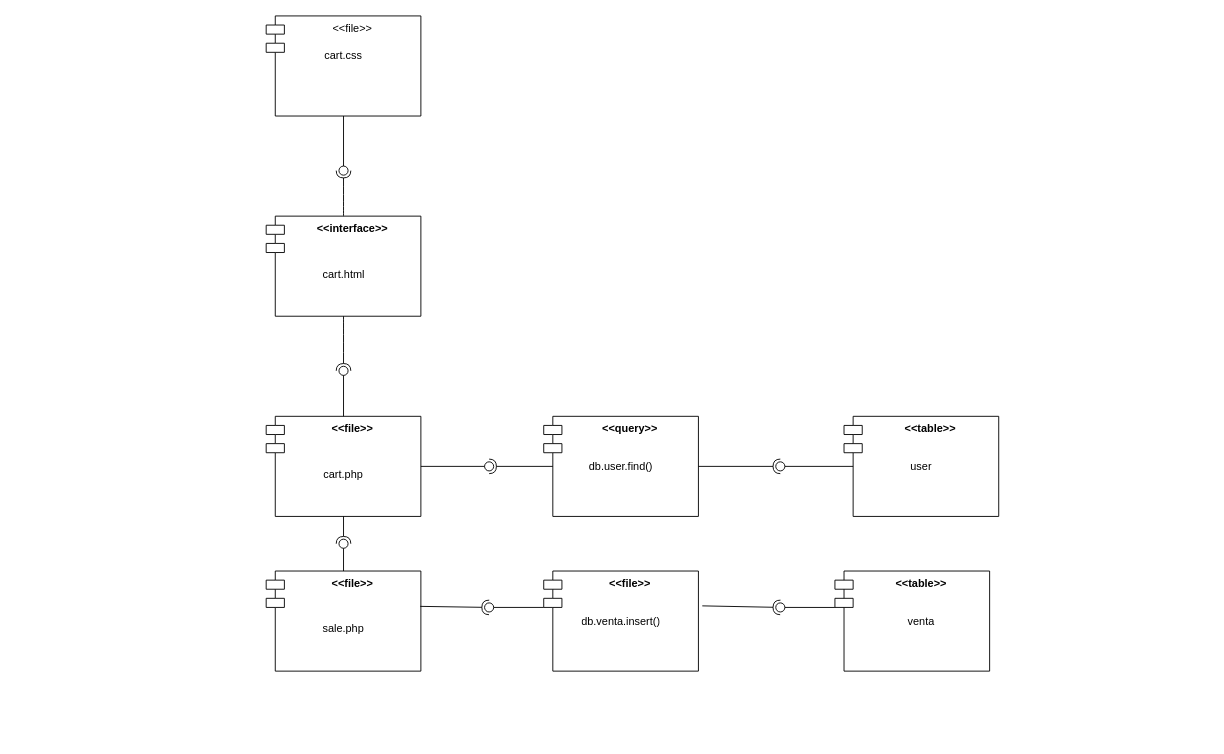
This is Diagramas/DiagramaComponentesCDua.drawio from JorgeADnro/Torres, a draw.io file, before an edit. Source tidied: cells renumbered, new cells numbered last; positions are measured from the earlier drawing's top-left corner, leaving out a move shared by most shapes. Both pictures are drawn from the tidied source at 91%, with x=0, y=0 at pixel (266, 15).
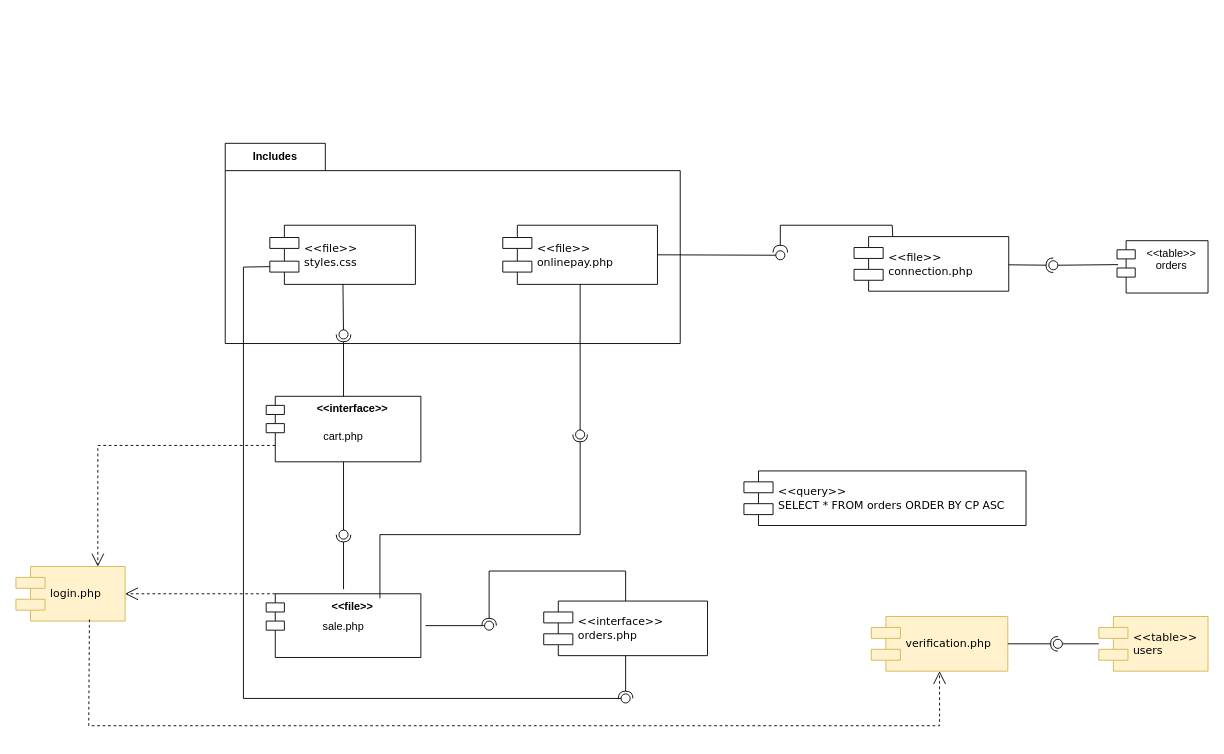
The same page after the edit.

The edit, as a diff of the source:
```diff
@@
+    <mxCell id="35" value="Includes" style="shape=folder;fontStyle=1;tabWidth=110;tabHeight=30;tabPosition=left;html=1;boundedLbl=1;labelInHeader=1;whiteSpace=wrap;" parent="1" vertex="1">
+      <mxGeometry x="-45" y="140" width="500" height="220" as="geometry" />
+    </mxCell>
-    <mxCell id="2" value="&amp;lt;&amp;lt;file&amp;gt;&amp;gt;" style="shape=module;align=left;spacingLeft=20;align=center;verticalAlign=top;whiteSpace=wrap;html=1;fontStyle=1;" parent="1" vertex="1">
-      <mxGeometry y="440" width="170" height="110" as="geometry" />
+    <mxCell id="2" value="&amp;lt;&amp;lt;interface&amp;gt;&amp;gt;" style="shape=module;align=left;spacingLeft=20;align=center;verticalAlign=top;whiteSpace=wrap;html=1;fontStyle=1;" parent="1" vertex="1">
+      <mxGeometry y="418" width="170" height="72" as="geometry" />
     </mxCell>
-    <mxCell id="3" value="&amp;lt;&amp;lt;file&amp;gt;&amp;gt;" style="shape=module;align=left;spacingLeft=20;align=center;verticalAlign=top;whiteSpace=wrap;html=1;" parent="1" vertex="1">
-      <mxGeometry width="170" height="110" as="geometry" />
-    </mxCell>
-    <mxCell id="4" value="cart.css" style="text;strokeColor=none;fillColor=none;align=center;verticalAlign=top;spacingLeft=4;spacingRight=4;overflow=hidden;whiteSpace=wrap;html=1;" parent="1" vertex="1">
-      <mxGeometry x="35" y="30" width="100" height="26" as="geometry" />
-    </mxCell>
-    <mxCell id="5" value="&amp;lt;&amp;lt;interface&amp;gt;&amp;gt;" style="shape=module;align=left;spacingLeft=20;align=center;verticalAlign=top;whiteSpace=wrap;html=1;fontStyle=1;" parent="1" vertex="1">
-      <mxGeometry y="220" width="170" height="110" as="geometry" />
-    </mxCell>
-    <mxCell id="6" value="&lt;div style=&quot;&quot;&gt;&lt;span style=&quot;background-color: initial;&quot;&gt;cart.html&lt;/span&gt;&lt;/div&gt;" style="text;strokeColor=none;fillColor=none;align=center;verticalAlign=top;spacingLeft=4;spacingRight=4;overflow=hidden;whiteSpace=wrap;html=1;" parent="1" vertex="1">
-      <mxGeometry x="22.5" y="270" width="125" height="38" as="geometry" />
-    </mxCell>
-    <mxCell id="7" style="rounded=0;jettySize=auto;html=1;endArrow=halfCircle;endFill=0;endSize=6;strokeWidth=1;sketch=0;fontSize=12;curved=1;exitX=0.5;exitY=0;exitDx=0;exitDy=0;" parent="1" edge="1" source="5">
-      <mxGeometry relative="1" as="geometry">
-        <mxPoint x="85" y="170" as="targetPoint" />
-      </mxGeometry>
-    </mxCell>
-    <mxCell id="8" style="rounded=0;jettySize=auto;html=1;endArrow=oval;endFill=0;sketch=0;sourcePerimeterSpacing=0;targetPerimeterSpacing=0;endSize=10;exitX=0.5;exitY=1;exitDx=0;exitDy=0;" parent="1" edge="1" source="3">
-      <mxGeometry relative="1" as="geometry">
-        <mxPoint x="85" y="170" as="targetPoint" />
-      </mxGeometry>
-    </mxCell>
@@
     <mxCell id="10" value="cart.php" style="text;strokeColor=none;fillColor=none;align=center;verticalAlign=top;spacingLeft=4;spacingRight=4;overflow=hidden;whiteSpace=wrap;html=1;" parent="1" vertex="1">
-      <mxGeometry x="35" y="490" width="100" height="26" as="geometry" />
+      <mxGeometry x="35" y="448" width="100" height="26" as="geometry" />
     </mxCell>
-    <mxCell id="11" style="rounded=0;jettySize=auto;html=1;endArrow=halfCircle;endFill=0;endSize=6;strokeWidth=1;sketch=0;fontSize=12;curved=1;exitX=0.5;exitY=1;exitDx=0;exitDy=0;" parent="1" edge="1" source="5">
-      <mxGeometry relative="1" as="geometry">
-        <mxPoint x="85" y="390" as="targetPoint" />
-      </mxGeometry>
-    </mxCell>
-    <mxCell id="12" style="rounded=0;jettySize=auto;html=1;endArrow=oval;endFill=0;sketch=0;sourcePerimeterSpacing=0;targetPerimeterSpacing=0;endSize=10;exitX=0.5;exitY=0;exitDx=0;exitDy=0;" parent="1" edge="1" source="2">
-      <mxGeometry relative="1" as="geometry">
-        <mxPoint x="85" y="390" as="targetPoint" />
-      </mxGeometry>
-    </mxCell>
-    <mxCell id="13" value="&amp;lt;&amp;lt;query&amp;gt;&amp;gt;" style="shape=module;align=left;spacingLeft=20;align=center;verticalAlign=top;whiteSpace=wrap;html=1;fontStyle=1;" parent="1" vertex="1">
-      <mxGeometry x="305" y="440" width="170" height="110" as="geometry" />
-    </mxCell>
-    <mxCell id="14" value="db.user.find()" style="text;strokeColor=none;fillColor=none;align=center;verticalAlign=top;spacingLeft=4;spacingRight=4;overflow=hidden;whiteSpace=wrap;html=1;" parent="1" vertex="1">
-      <mxGeometry x="340" y="482" width="100" height="26" as="geometry" />
-    </mxCell>
-    <mxCell id="15" style="rounded=0;jettySize=auto;html=1;endArrow=halfCircle;endFill=0;endSize=6;strokeWidth=1;sketch=0;exitX=0;exitY=0.5;exitDx=10;exitDy=0;exitPerimeter=0;" parent="1" edge="1" source="13">
-      <mxGeometry relative="1" as="geometry">
-        <mxPoint x="245" y="495" as="targetPoint" />
-      </mxGeometry>
-    </mxCell>
-    <mxCell id="16" style="rounded=0;jettySize=auto;html=1;endArrow=oval;endFill=0;sketch=0;sourcePerimeterSpacing=0;targetPerimeterSpacing=0;endSize=10;exitX=1;exitY=0.5;exitDx=0;exitDy=0;" parent="1" edge="1" source="2">
-      <mxGeometry relative="1" as="geometry">
-        <mxPoint x="245" y="495" as="targetPoint" />
-      </mxGeometry>
-    </mxCell>
-    <mxCell id="17" style="ellipse;whiteSpace=wrap;html=1;align=center;fillColor=none;strokeColor=none;perimeter=centerPerimeter;" parent="1" vertex="1">
-      <mxGeometry x="510" y="560" width="10" height="10" as="geometry" />
-    </mxCell>
-    <mxCell id="18" value="&amp;lt;&amp;lt;table&amp;gt;&amp;gt;" style="shape=module;align=left;spacingLeft=20;align=center;verticalAlign=top;whiteSpace=wrap;html=1;fontStyle=1;" parent="1" vertex="1">
-      <mxGeometry x="635" y="440" width="170" height="110" as="geometry" />
-    </mxCell>
-    <mxCell id="19" value="user" style="text;strokeColor=none;fillColor=none;align=center;verticalAlign=top;spacingLeft=4;spacingRight=4;overflow=hidden;whiteSpace=wrap;html=1;" parent="1" vertex="1">
-      <mxGeometry x="670" y="482" width="100" height="26" as="geometry" />
-    </mxCell>
-    <mxCell id="20" style="rounded=0;jettySize=auto;html=1;endArrow=halfCircle;endFill=0;endSize=6;strokeWidth=1;sketch=0;exitX=1;exitY=0.5;exitDx=0;exitDy=0;" parent="1" edge="1" source="13">
-      <mxGeometry relative="1" as="geometry">
-        <mxPoint x="565" y="495" as="targetPoint" />
-      </mxGeometry>
-    </mxCell>
-    <mxCell id="21" style="rounded=0;jettySize=auto;html=1;endArrow=oval;endFill=0;sketch=0;sourcePerimeterSpacing=0;targetPerimeterSpacing=0;endSize=10;exitX=0;exitY=0.5;exitDx=10;exitDy=0;exitPerimeter=0;" parent="1" edge="1" source="18">
-      <mxGeometry relative="1" as="geometry">
-        <mxPoint x="565" y="495" as="targetPoint" />
-      </mxGeometry>
-    </mxCell>
+    <mxCell id="26" style="ellipse;whiteSpace=wrap;html=1;align=center;fillColor=none;strokeColor=none;perimeter=centerPerimeter;" parent="1" vertex="1">
+      <mxGeometry x="570" y="560" width="10" height="10" as="geometry" />
+    </mxCell>
+    <mxCell id="36" value="&amp;lt;&amp;lt;file&amp;gt;&amp;gt;&lt;br&gt;styles.css" style="shape=component;align=left;spacingLeft=36;rounded=0;shadow=0;comic=0;labelBackgroundColor=none;strokeWidth=1;fontFamily=Verdana;fontSize=12;html=1;" parent="1" vertex="1">
+      <mxGeometry x="4" y="230" width="160" height="65" as="geometry" />
+    </mxCell>
+    <mxCell id="37" style="rounded=0;jettySize=auto;html=1;endArrow=oval;endFill=0;sketch=0;sourcePerimeterSpacing=0;targetPerimeterSpacing=0;endSize=10;" parent="1" edge="1" source="36">
+      <mxGeometry relative="1" as="geometry">
+        <mxPoint x="85" y="350" as="targetPoint" />
+      </mxGeometry>
+    </mxCell>
+    <mxCell id="38" style="rounded=0;jettySize=auto;html=1;endArrow=halfCircle;endFill=0;endSize=6;strokeWidth=1;sketch=0;exitX=0.5;exitY=0;exitDx=0;exitDy=0;" parent="1" edge="1" source="2">
+      <mxGeometry relative="1" as="geometry">
+        <mxPoint x="85" y="350" as="targetPoint" />
+      </mxGeometry>
+    </mxCell>
+    <mxCell id="39" value="&amp;lt;&amp;lt;interface&amp;gt;&amp;gt;&lt;br&gt;orders.php" style="shape=component;align=left;spacingLeft=36;rounded=0;shadow=0;comic=0;labelBackgroundColor=none;strokeWidth=1;fontFamily=Verdana;fontSize=12;html=1;" parent="1" vertex="1">
+      <mxGeometry x="305" y="643" width="180" height="60" as="geometry" />
+    </mxCell>
+    <mxCell id="40" style="group;" parent="1" vertex="1">
+      <mxGeometry y="635" width="170" height="70" as="geometry" />
+    </mxCell>
-    <mxCell id="22" value="&amp;lt;&amp;lt;file&amp;gt;&amp;gt;" style="shape=module;align=center;spacingLeft=20;align=center;verticalAlign=top;whiteSpace=wrap;html=1;fontStyle=1;" parent="1" vertex="1">
-      <mxGeometry y="610" width="170" height="110" as="geometry" />
+    <mxCell id="22" value="&amp;lt;&amp;lt;file&amp;gt;&amp;gt;" style="shape=module;align=center;spacingLeft=20;align=center;verticalAlign=top;whiteSpace=wrap;html=1;fontStyle=1;" parent="40" vertex="1">
+      <mxGeometry width="170" height="70" as="geometry" />
     </mxCell>
-    <mxCell id="23" value="sale.php" style="text;strokeColor=none;fillColor=none;align=center;verticalAlign=top;spacingLeft=4;spacingRight=4;overflow=hidden;whiteSpace=wrap;html=1;" parent="1" vertex="1">
-      <mxGeometry x="35" y="660" width="100" height="26" as="geometry" />
+    <mxCell id="23" value="sale.php" style="text;strokeColor=none;fillColor=none;align=center;verticalAlign=top;spacingLeft=4;spacingRight=4;overflow=hidden;whiteSpace=wrap;html=1;" parent="40" vertex="1">
+      <mxGeometry x="35" y="22" width="100" height="26" as="geometry" />
     </mxCell>
-    <mxCell id="24" style="rounded=0;orthogonalLoop=1;jettySize=auto;html=1;endArrow=halfCircle;endFill=0;endSize=6;strokeWidth=1;sketch=0;" parent="1" edge="1">
-      <mxGeometry relative="1" as="geometry">
-        <mxPoint x="85" y="550" as="sourcePoint" />
-        <mxPoint x="85" y="580" as="targetPoint" />
-      </mxGeometry>
-    </mxCell>
-    <mxCell id="25" style="rounded=0;jettySize=auto;html=1;endArrow=oval;endFill=0;sketch=0;sourcePerimeterSpacing=0;targetPerimeterSpacing=0;endSize=10;exitX=0.5;exitY=0;exitDx=0;exitDy=0;" parent="1" edge="1" source="22">
-      <mxGeometry relative="1" as="geometry">
-        <mxPoint x="85" y="580" as="targetPoint" />
-      </mxGeometry>
-    </mxCell>
-    <mxCell id="26" style="ellipse;whiteSpace=wrap;html=1;align=center;fillColor=none;strokeColor=none;perimeter=centerPerimeter;" parent="1" vertex="1">
-      <mxGeometry x="570" y="560" width="10" height="10" as="geometry" />
-    </mxCell>
-    <mxCell id="27" value="&amp;lt;&amp;lt;file&amp;gt;&amp;gt;" style="shape=module;align=center;spacingLeft=20;align=center;verticalAlign=top;whiteSpace=wrap;html=1;fontStyle=1;" parent="1" vertex="1">
-      <mxGeometry x="305" y="610" width="170" height="110" as="geometry" />
-    </mxCell>
-    <mxCell id="28" value="db.venta.insert()" style="text;strokeColor=none;fillColor=none;align=center;verticalAlign=top;spacingLeft=4;spacingRight=4;overflow=hidden;whiteSpace=wrap;html=1;" parent="1" vertex="1">
-      <mxGeometry x="340" y="652" width="100" height="26" as="geometry" />
-    </mxCell>
-    <mxCell id="29" value="&amp;lt;&amp;lt;table&amp;gt;&amp;gt;" style="shape=module;align=center;spacingLeft=20;align=center;verticalAlign=top;whiteSpace=wrap;html=1;fontStyle=1;" parent="1" vertex="1">
-      <mxGeometry x="625" y="610" width="170" height="110" as="geometry" />
-    </mxCell>
-    <mxCell id="30" value="venta" style="text;strokeColor=none;fillColor=none;align=center;verticalAlign=top;spacingLeft=4;spacingRight=4;overflow=hidden;whiteSpace=wrap;html=1;" parent="1" vertex="1">
-      <mxGeometry x="670" y="652" width="100" height="26" as="geometry" />
-    </mxCell>
-    <mxCell id="31" style="rounded=0;jettySize=auto;html=1;endArrow=halfCircle;endFill=0;endSize=6;strokeWidth=1;sketch=0;exitX=1.025;exitY=0.348;exitDx=0;exitDy=0;exitPerimeter=0;" parent="1" edge="1" source="27">
-      <mxGeometry relative="1" as="geometry">
-        <mxPoint x="565" y="650" as="targetPoint" />
-      </mxGeometry>
-    </mxCell>
-    <mxCell id="32" style="rounded=0;jettySize=auto;html=1;endArrow=oval;endFill=0;sketch=0;sourcePerimeterSpacing=0;targetPerimeterSpacing=0;endSize=10;exitX=0;exitY=0.364;exitDx=0;exitDy=0;exitPerimeter=0;" parent="1" edge="1" source="29">
-      <mxGeometry relative="1" as="geometry">
-        <mxPoint x="565" y="650" as="targetPoint" />
-      </mxGeometry>
-    </mxCell>
-    <mxCell id="33" style="rounded=0;jettySize=auto;html=1;endArrow=halfCircle;endFill=0;endSize=6;strokeWidth=1;sketch=0;exitX=0.996;exitY=0.353;exitDx=0;exitDy=0;exitPerimeter=0;" parent="1" edge="1" source="22">
-      <mxGeometry relative="1" as="geometry">
-        <mxPoint x="245" y="650" as="targetPoint" />
-      </mxGeometry>
-    </mxCell>
-    <mxCell id="34" style="rounded=0;orthogonalLoop=1;jettySize=auto;html=1;endArrow=oval;endFill=0;sketch=0;sourcePerimeterSpacing=0;targetPerimeterSpacing=0;endSize=10;" parent="1" edge="1">
-      <mxGeometry relative="1" as="geometry">
-        <mxPoint x="305" y="650" as="sourcePoint" />
-        <mxPoint x="245" y="650" as="targetPoint" />
-      </mxGeometry>
-    </mxCell>
+    <mxCell id="41" style="rounded=0;jettySize=auto;html=1;endArrow=oval;endFill=0;sketch=0;sourcePerimeterSpacing=0;targetPerimeterSpacing=0;endSize=10;exitX=0;exitY=0.7;exitDx=0;exitDy=0;" parent="1" edge="1" source="36">
+      <mxGeometry relative="1" as="geometry">
+        <mxPoint x="395" y="750" as="targetPoint" />
+        <Array as="points">
+          <mxPoint x="-25" y="276" />
+          <mxPoint x="-25" y="750" />
+        </Array>
+      </mxGeometry>
+    </mxCell>
+    <mxCell id="42" style="rounded=0;jettySize=auto;html=1;endArrow=halfCircle;endFill=0;endSize=6;strokeWidth=1;sketch=0;exitX=0.5;exitY=1;exitDx=0;exitDy=0;" parent="1" edge="1" source="39">
+      <mxGeometry relative="1" as="geometry">
+        <mxPoint x="395" y="750" as="targetPoint" />
+      </mxGeometry>
+    </mxCell>
+    <mxCell id="43" style="rounded=0;jettySize=auto;html=1;endArrow=halfCircle;endFill=0;endSize=6;strokeWidth=1;sketch=0;exitX=0.5;exitY=0;exitDx=0;exitDy=0;" parent="1" edge="1" source="39">
+      <mxGeometry relative="1" as="geometry">
+        <mxPoint x="245" y="670" as="targetPoint" />
+        <Array as="points">
+          <mxPoint x="395" y="610" />
+          <mxPoint x="245" y="610" />
+        </Array>
+      </mxGeometry>
+    </mxCell>
+    <mxCell id="44" style="rounded=0;orthogonalLoop=1;jettySize=auto;html=1;endArrow=oval;endFill=0;sketch=0;sourcePerimeterSpacing=0;targetPerimeterSpacing=0;endSize=10;" parent="1" edge="1">
+      <mxGeometry relative="1" as="geometry">
+        <mxPoint x="175" y="670" as="sourcePoint" />
+        <mxPoint x="245" y="670" as="targetPoint" />
+      </mxGeometry>
+    </mxCell>
+    <mxCell id="45" style="rounded=0;jettySize=auto;html=1;endArrow=oval;endFill=0;sketch=0;sourcePerimeterSpacing=0;targetPerimeterSpacing=0;endSize=10;exitX=0.5;exitY=1;exitDx=0;exitDy=0;" parent="1" edge="1" source="2">
+      <mxGeometry relative="1" as="geometry">
+        <mxPoint x="85" y="570" as="targetPoint" />
+      </mxGeometry>
+    </mxCell>
+    <mxCell id="46" style="rounded=0;orthogonalLoop=1;jettySize=auto;html=1;endArrow=halfCircle;endFill=0;endSize=6;strokeWidth=1;sketch=0;" parent="1" edge="1">
+      <mxGeometry relative="1" as="geometry">
+        <mxPoint x="85" y="630" as="sourcePoint" />
+        <mxPoint x="85" y="570" as="targetPoint" />
+      </mxGeometry>
+    </mxCell>
+    <mxCell id="47" value="&amp;lt;&amp;lt;file&amp;gt;&amp;gt;&lt;br&gt;onlinepay.php" style="shape=component;align=left;spacingLeft=36;rounded=0;shadow=0;comic=0;labelBackgroundColor=none;strokeWidth=1;fontFamily=Verdana;fontSize=12;html=1;" parent="1" vertex="1">
+      <mxGeometry x="260" y="230" width="170" height="65" as="geometry" />
+    </mxCell>
+    <mxCell id="48" style="rounded=0;jettySize=auto;html=1;endArrow=oval;endFill=0;sketch=0;sourcePerimeterSpacing=0;targetPerimeterSpacing=0;endSize=10;exitX=0.5;exitY=1;exitDx=0;exitDy=0;" parent="1" edge="1" source="47">
+      <mxGeometry relative="1" as="geometry">
+        <mxPoint x="345" y="460" as="targetPoint" />
+      </mxGeometry>
+    </mxCell>
+    <mxCell id="49" style="rounded=0;orthogonalLoop=1;jettySize=auto;html=1;endArrow=halfCircle;endFill=0;endSize=6;strokeWidth=1;sketch=0;" parent="1" edge="1">
+      <mxGeometry relative="1" as="geometry">
+        <mxPoint x="125" y="640" as="sourcePoint" />
+        <mxPoint x="345" y="460" as="targetPoint" />
+        <Array as="points">
+          <mxPoint x="125" y="570" />
+          <mxPoint x="345" y="570" />
+        </Array>
+      </mxGeometry>
+    </mxCell>
+    <mxCell id="50" value="login.php" style="shape=component;align=left;spacingLeft=36;rounded=0;shadow=0;comic=0;labelBackgroundColor=none;strokeWidth=1;fontFamily=Verdana;fontSize=12;html=1;fillColor=#fff2cc;strokeColor=#d6b656;" parent="1" vertex="1">
+      <mxGeometry x="-275" y="605" width="120" height="60" as="geometry" />
+    </mxCell>
+    <mxCell id="51" value="verification.php" style="shape=component;align=left;spacingLeft=36;rounded=0;shadow=0;comic=0;labelBackgroundColor=none;strokeWidth=1;fontFamily=Verdana;fontSize=12;html=1;fillColor=#fff2cc;strokeColor=#d6b656;" parent="1" vertex="1">
+      <mxGeometry x="665" y="660" width="150" height="60" as="geometry" />
+    </mxCell>
+    <mxCell id="52" value="&amp;lt;&amp;lt;table&amp;gt;&amp;gt;&lt;br&gt;users" style="shape=component;align=left;spacingLeft=36;rounded=0;shadow=0;comic=0;labelBackgroundColor=none;strokeWidth=1;fontFamily=Verdana;fontSize=12;html=1;fillColor=#fff2cc;strokeColor=#d6b656;" parent="1" vertex="1">
+      <mxGeometry x="915" y="660" width="120" height="60" as="geometry" />
+    </mxCell>
+    <mxCell id="53" style="rounded=0;jettySize=auto;html=1;endArrow=halfCircle;endFill=0;endSize=6;strokeWidth=1;sketch=0;" parent="1" edge="1" source="51" target="55">
+      <mxGeometry relative="1" as="geometry" />
+    </mxCell>
+    <mxCell id="54" style="rounded=0;jettySize=auto;html=1;endArrow=oval;endFill=0;sketch=0;sourcePerimeterSpacing=0;targetPerimeterSpacing=0;endSize=10;" parent="1" edge="1" source="52" target="55">
+      <mxGeometry relative="1" as="geometry" />
+    </mxCell>
+    <mxCell id="55" style="ellipse;whiteSpace=wrap;html=1;align=center;fillColor=none;strokeColor=none;perimeter=centerPerimeter;points=[];outlineConnect=1;" parent="1" vertex="1">
+      <mxGeometry x="865" y="685" width="10" height="10" as="geometry" />
+    </mxCell>
+    <mxCell id="56" value="&lt;br&gt;" style="endArrow=open;endSize=12;dashed=1;html=1;rounded=0;exitX=0;exitY=0;exitDx=10;exitDy=0;exitPerimeter=0;entryX=1;entryY=0.5;entryDx=0;entryDy=0;" parent="1" edge="1" source="22" target="50">
+      <mxGeometry relative="1" as="geometry" />
+    </mxCell>
+    <mxCell id="57" value="&lt;br&gt;" style="endArrow=open;endSize=12;dashed=1;html=1;rounded=0;exitX=0;exitY=0.75;exitDx=10;exitDy=0;exitPerimeter=0;entryX=0.75;entryY=0;entryDx=0;entryDy=0;" parent="1" edge="1" source="2" target="50">
+      <mxGeometry relative="1" as="geometry">
+        <Array as="points">
+          <mxPoint x="-185" y="472" />
+        </Array>
+      </mxGeometry>
+    </mxCell>
+    <mxCell id="58" value="&lt;br&gt;" style="endArrow=open;endSize=12;dashed=1;html=1;rounded=0;exitX=0.673;exitY=0.971;exitDx=0;exitDy=0;exitPerimeter=0;entryX=0.5;entryY=1;entryDx=0;entryDy=0;" parent="1" edge="1" source="50" target="51">
+      <mxGeometry relative="1" as="geometry">
+        <Array as="points">
+          <mxPoint x="-195" y="780" />
+          <mxPoint x="740" y="780" />
+        </Array>
+      </mxGeometry>
+    </mxCell>
+    <mxCell id="59" value="&amp;lt;&amp;lt;table&amp;gt;&amp;gt;&lt;br&gt;orders" style="shape=module;align=left;spacingLeft=20;align=center;verticalAlign=top;whiteSpace=wrap;html=1;" parent="1" vertex="1">
+      <mxGeometry x="935" y="247" width="100" height="57.5" as="geometry" />
+    </mxCell>
+    <mxCell id="60" value="&amp;lt;&amp;lt;file&amp;gt;&amp;gt;&lt;br&gt;connection.php" style="shape=component;align=left;spacingLeft=36;rounded=0;shadow=0;comic=0;labelBackgroundColor=none;strokeWidth=1;fontFamily=Verdana;fontSize=12;html=1;" parent="1" vertex="1">
+      <mxGeometry x="646" y="242.5" width="170" height="60" as="geometry" />
+    </mxCell>
+    <mxCell id="61" style="rounded=0;jettySize=auto;html=1;endArrow=halfCircle;endFill=0;endSize=6;strokeWidth=1;sketch=0;exitX=0.25;exitY=0;exitDx=0;exitDy=0;" parent="1" edge="1" source="60">
+      <mxGeometry relative="1" as="geometry">
+        <mxPoint x="565" y="260" as="targetPoint" />
+        <Array as="points">
+          <mxPoint x="688" y="230" />
+          <mxPoint x="565" y="230" />
+        </Array>
+      </mxGeometry>
+    </mxCell>
+    <mxCell id="62" style="rounded=0;jettySize=auto;html=1;endArrow=oval;endFill=0;sketch=0;sourcePerimeterSpacing=0;targetPerimeterSpacing=0;endSize=10;exitX=1;exitY=0.5;exitDx=0;exitDy=0;" parent="1" edge="1" source="47">
+      <mxGeometry relative="1" as="geometry">
+        <mxPoint x="565" y="263" as="targetPoint" />
+      </mxGeometry>
+    </mxCell>
+    <mxCell id="63" style="rounded=0;jettySize=auto;html=1;endArrow=oval;endFill=0;sketch=0;sourcePerimeterSpacing=0;targetPerimeterSpacing=0;endSize=10;exitX=0.011;exitY=0.457;exitDx=0;exitDy=0;exitPerimeter=0;" parent="1" edge="1" source="59">
+      <mxGeometry relative="1" as="geometry">
+        <mxPoint x="865" y="274" as="targetPoint" />
+      </mxGeometry>
+    </mxCell>
+    <mxCell id="64" style="rounded=0;orthogonalLoop=1;jettySize=auto;html=1;endArrow=halfCircle;endFill=0;endSize=6;strokeWidth=1;sketch=0;exitX=1;exitY=0.5;exitDx=0;exitDy=0;" parent="1" edge="1">
+      <mxGeometry relative="1" as="geometry">
+        <mxPoint x="816" y="273.5" as="sourcePoint" />
+        <mxPoint x="865" y="274" as="targetPoint" />
+      </mxGeometry>
+    </mxCell>
+    <mxCell id="65" value="&amp;lt;&amp;lt;query&amp;gt;&amp;gt;&lt;br&gt;SELECT * FROM orders ORDER BY CP ASC" style="shape=component;align=left;spacingLeft=36;rounded=0;shadow=0;comic=0;labelBackgroundColor=none;strokeWidth=1;fontFamily=Verdana;fontSize=12;html=1;" parent="1" vertex="1">
+      <mxGeometry x="525" y="500" width="310" height="60" as="geometry" />
+    </mxCell>
```
